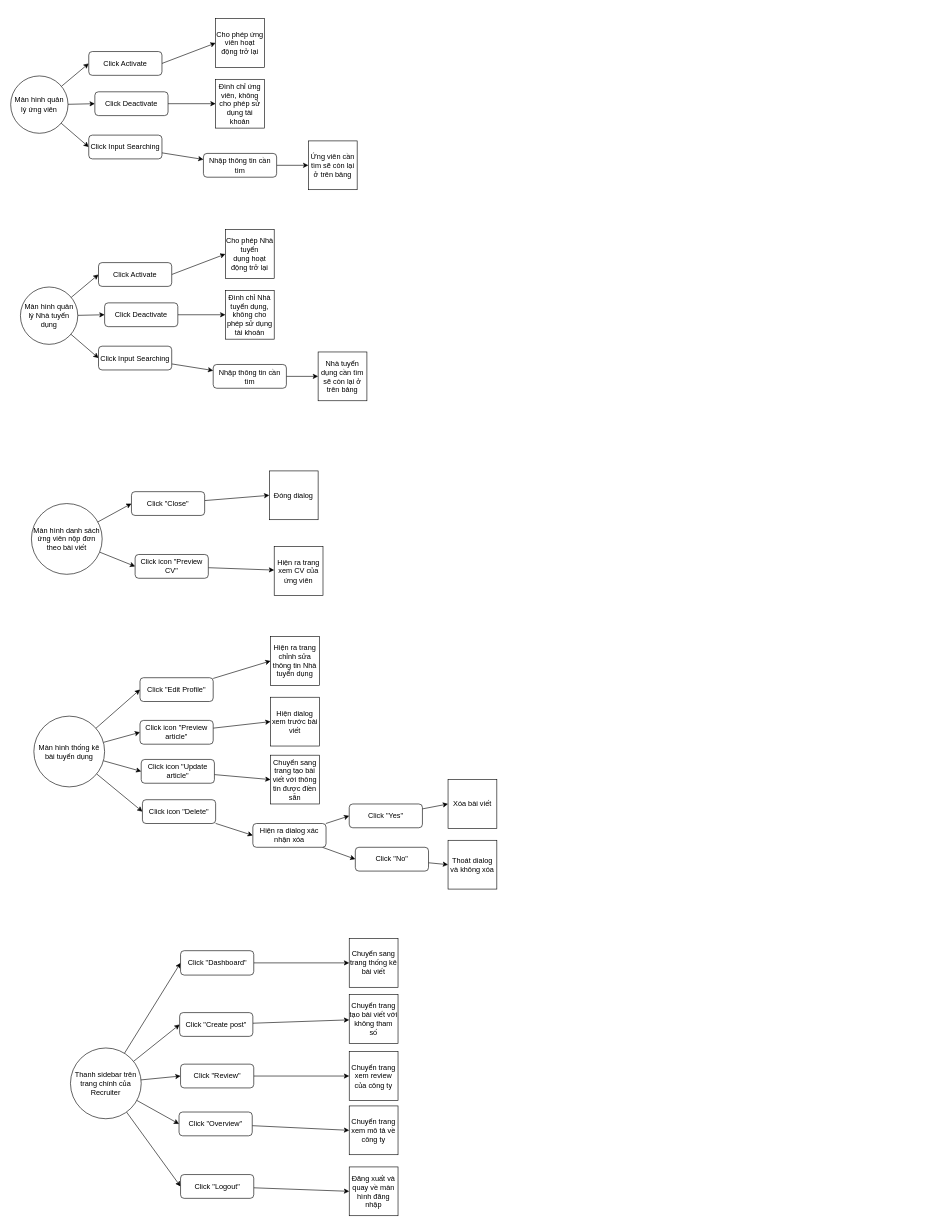
vietdqhcmute/DATN keeps this draw.io diagram as page "Bien co 1" (7 of 7) of Use case Diagram.drawio. Above is the earlier version. Source tidied: cells renumbered, new cells numbered last; positions are measured from the earlier drawing's top-left corner, leaving out a move shared by most shapes. Both pictures are drawn from the tidied source at 61%, with x=0, y=0 at pixel (10, 18).
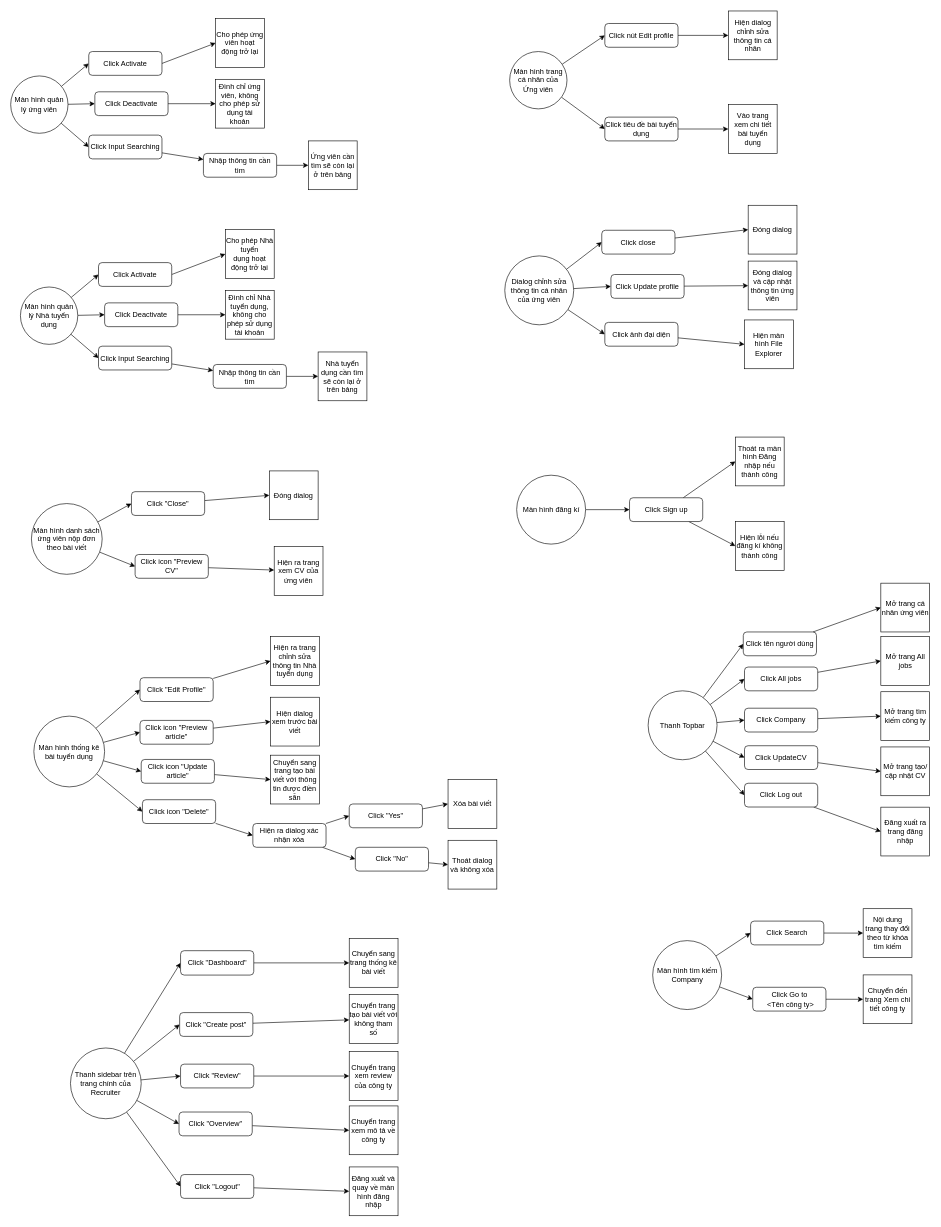
The same diagram, later.

Change to the diagram source:
```diff
@@
+    <mxCell id="87" style="rounded=0;jettySize=auto;html=1;entryX=0;entryY=0.5;entryDx=0;entryDy=0;" parent="1" edge="1" source="89" target="91">
+      <mxGeometry relative="1" as="geometry" />
+    </mxCell>
+    <mxCell id="88" style="edgeStyle=none;rounded=0;jettySize=auto;html=1;entryX=0;entryY=0.5;entryDx=0;entryDy=0;" parent="1" edge="1" source="89" target="94">
+      <mxGeometry relative="1" as="geometry" />
+    </mxCell>
+    <mxCell id="89" value="&lt;span id=&quot;docs-internal-guid-afbe5b7c-7fff-d318-0fb9-7b630c133511&quot;&gt;&lt;span&gt;Màn hình trang cá nhân của Ứng viên&lt;/span&gt;&lt;/span&gt;" style="ellipse;whiteSpace=wrap;html=1;" parent="1" vertex="1">
+      <mxGeometry x="818" y="54" width="94" height="94" as="geometry" />
+    </mxCell>
+    <mxCell id="90" style="edgeStyle=none;rounded=0;jettySize=auto;html=1;entryX=0;entryY=0.5;entryDx=0;entryDy=0;" parent="1" edge="1" source="91" target="92">
+      <mxGeometry relative="1" as="geometry" />
+    </mxCell>
+    <mxCell id="91" value="Click nút Edit profile" style="rounded=1;whiteSpace=wrap;html=1;" parent="1" vertex="1">
+      <mxGeometry x="974" y="8" width="120" height="39" as="geometry" />
+    </mxCell>
+    <mxCell id="92" value="Hiện dialog chỉnh sửa thông tin cá nhân" style="whiteSpace=wrap;html=1;" parent="1" vertex="1">
+      <mxGeometry x="1176.5" y="-12.5" width="80" height="80" as="geometry" />
+    </mxCell>
+    <mxCell id="93" style="edgeStyle=none;rounded=0;jettySize=auto;html=1;entryX=0;entryY=0.5;entryDx=0;entryDy=0;" parent="1" edge="1" source="94" target="95">
+      <mxGeometry relative="1" as="geometry" />
+    </mxCell>
+    <mxCell id="94" value="Click tiêu đề bài tuyển dụng" style="rounded=1;whiteSpace=wrap;html=1;" parent="1" vertex="1">
+      <mxGeometry x="974" y="161.5" width="120" height="39" as="geometry" />
+    </mxCell>
+    <mxCell id="95" value="Vào trang xem chi tiết bài tuyển dụng" style="whiteSpace=wrap;html=1;" parent="1" vertex="1">
+      <mxGeometry x="1176.5" y="141" width="80" height="80" as="geometry" />
+    </mxCell>
+    <mxCell id="96" style="edgeStyle=none;rounded=0;jettySize=auto;html=1;entryX=0;entryY=0.5;entryDx=0;entryDy=0;" parent="1" edge="1" source="99" target="101">
+      <mxGeometry relative="1" as="geometry" />
+    </mxCell>
+    <mxCell id="97" style="edgeStyle=none;rounded=0;jettySize=auto;html=1;entryX=0;entryY=0.5;entryDx=0;entryDy=0;" parent="1" edge="1" source="99" target="103">
+      <mxGeometry relative="1" as="geometry" />
+    </mxCell>
+    <mxCell id="98" style="edgeStyle=none;rounded=0;jettySize=auto;html=1;entryX=0;entryY=0.5;entryDx=0;entryDy=0;" parent="1" edge="1" source="99" target="105">
+      <mxGeometry relative="1" as="geometry" />
+    </mxCell>
+    <mxCell id="99" value="&lt;span id=&quot;docs-internal-guid-afbe5b7c-7fff-d318-0fb9-7b630c133511&quot;&gt;&lt;span&gt;Dialog chỉnh sửa thông tin cá nhân của ứng viên&lt;/span&gt;&lt;/span&gt;" style="ellipse;whiteSpace=wrap;html=1;" parent="1" vertex="1">
+      <mxGeometry x="810" y="389" width="113" height="113" as="geometry" />
+    </mxCell>
+    <mxCell id="100" style="edgeStyle=none;rounded=0;jettySize=auto;html=1;entryX=0;entryY=0.5;entryDx=0;entryDy=0;" parent="1" edge="1" source="101" target="106">
+      <mxGeometry relative="1" as="geometry" />
+    </mxCell>
+    <mxCell id="101" value="Click close" style="rounded=1;whiteSpace=wrap;html=1;" parent="1" vertex="1">
+      <mxGeometry x="969" y="347" width="120" height="39" as="geometry" />
+    </mxCell>
+    <mxCell id="102" style="edgeStyle=none;rounded=0;jettySize=auto;html=1;" parent="1" edge="1" source="103" target="107">
+      <mxGeometry relative="1" as="geometry" />
+    </mxCell>
+    <mxCell id="103" value="Click Update profile" style="rounded=1;whiteSpace=wrap;html=1;" parent="1" vertex="1">
+      <mxGeometry x="984" y="419.5" width="120" height="39" as="geometry" />
+    </mxCell>
+    <mxCell id="104" style="edgeStyle=none;rounded=0;jettySize=auto;html=1;entryX=0;entryY=0.5;entryDx=0;entryDy=0;" parent="1" edge="1" source="105" target="108">
+      <mxGeometry relative="1" as="geometry" />
+    </mxCell>
+    <mxCell id="105" value="Click ảnh đại diện" style="rounded=1;whiteSpace=wrap;html=1;" parent="1" vertex="1">
+      <mxGeometry x="974" y="498" width="120" height="39" as="geometry" />
+    </mxCell>
+    <mxCell id="106" value="Đóng dialog" style="whiteSpace=wrap;html=1;" parent="1" vertex="1">
+      <mxGeometry x="1209" y="306" width="80" height="80" as="geometry" />
+    </mxCell>
+    <mxCell id="107" value="Đóng dialog và cập nhật thông tin ứng viên" style="whiteSpace=wrap;html=1;" parent="1" vertex="1">
+      <mxGeometry x="1209" y="397.5" width="80" height="80" as="geometry" />
+    </mxCell>
+    <mxCell id="108" value="Hiện màn hình File Explorer" style="whiteSpace=wrap;html=1;" parent="1" vertex="1">
+      <mxGeometry x="1203" y="494" width="80" height="80" as="geometry" />
+    </mxCell>
+    <mxCell id="109" style="edgeStyle=none;rounded=0;jettySize=auto;html=1;entryX=0;entryY=0.5;entryDx=0;entryDy=0;" parent="1" edge="1" source="110" target="113">
+      <mxGeometry relative="1" as="geometry" />
+    </mxCell>
+    <mxCell id="110" value="&lt;span id=&quot;docs-internal-guid-afbe5b7c-7fff-d318-0fb9-7b630c133511&quot;&gt;&lt;span&gt;Màn hình đăng kí&lt;/span&gt;&lt;/span&gt;" style="ellipse;whiteSpace=wrap;html=1;" parent="1" vertex="1">
+      <mxGeometry x="829.5" y="748.5" width="113" height="113" as="geometry" />
+    </mxCell>
+    <mxCell id="111" style="edgeStyle=none;rounded=0;jettySize=auto;html=1;entryX=0;entryY=0.5;entryDx=0;entryDy=0;" parent="1" edge="1" source="113" target="114">
+      <mxGeometry relative="1" as="geometry" />
+    </mxCell>
+    <mxCell id="112" style="edgeStyle=none;rounded=0;jettySize=auto;html=1;entryX=0;entryY=0.5;entryDx=0;entryDy=0;" parent="1" edge="1" source="113" target="115">
+      <mxGeometry relative="1" as="geometry" />
+    </mxCell>
+    <mxCell id="113" value="Click Sign up" style="rounded=1;whiteSpace=wrap;html=1;" parent="1" vertex="1">
+      <mxGeometry x="1014.5" y="785.5" width="120" height="39" as="geometry" />
+    </mxCell>
+    <mxCell id="114" value="Thoát ra màn hình Đăng nhập nếu thành công" style="whiteSpace=wrap;html=1;" parent="1" vertex="1">
+      <mxGeometry x="1188" y="686" width="80" height="80" as="geometry" />
+    </mxCell>
+    <mxCell id="115" value="Hiện lỗi nếu đăng kí không thành công" style="whiteSpace=wrap;html=1;" parent="1" vertex="1">
+      <mxGeometry x="1188" y="824.5" width="80" height="80" as="geometry" />
+    </mxCell>
+    <mxCell id="116" style="edgeStyle=none;rounded=0;jettySize=auto;html=1;entryX=0;entryY=0.5;entryDx=0;entryDy=0;" parent="1" edge="1" source="121" target="131">
+      <mxGeometry relative="1" as="geometry" />
+    </mxCell>
+    <mxCell id="117" style="edgeStyle=none;rounded=0;jettySize=auto;html=1;entryX=0;entryY=0.5;entryDx=0;entryDy=0;" parent="1" edge="1" source="121" target="127">
+      <mxGeometry relative="1" as="geometry" />
+    </mxCell>
+    <mxCell id="118" style="edgeStyle=none;rounded=0;jettySize=auto;html=1;entryX=0;entryY=0.5;entryDx=0;entryDy=0;" parent="1" edge="1" source="121" target="123">
+      <mxGeometry relative="1" as="geometry" />
+    </mxCell>
+    <mxCell id="119" style="edgeStyle=none;rounded=0;jettySize=auto;html=1;entryX=0;entryY=0.5;entryDx=0;entryDy=0;" parent="1" edge="1" source="121" target="125">
+      <mxGeometry relative="1" as="geometry" />
+    </mxCell>
+    <mxCell id="120" style="edgeStyle=none;rounded=0;jettySize=auto;html=1;entryX=0;entryY=0.5;entryDx=0;entryDy=0;" parent="1" edge="1" source="121" target="129">
+      <mxGeometry relative="1" as="geometry" />
+    </mxCell>
+    <mxCell id="121" value="&lt;span id=&quot;docs-internal-guid-afbe5b7c-7fff-d318-0fb9-7b630c133511&quot;&gt;&lt;span&gt;Thanh Topbar&lt;/span&gt;&lt;/span&gt;" style="ellipse;whiteSpace=wrap;html=1;" parent="1" vertex="1">
+      <mxGeometry x="1045" y="1102" width="113" height="113" as="geometry" />
+    </mxCell>
+    <mxCell id="122" style="edgeStyle=none;rounded=0;jettySize=auto;html=1;entryX=0;entryY=0.5;entryDx=0;entryDy=0;" parent="1" edge="1" source="123" target="134">
+      <mxGeometry relative="1" as="geometry" />
+    </mxCell>
+    <mxCell id="123" value="Click Company" style="rounded=1;whiteSpace=wrap;html=1;" parent="1" vertex="1">
+      <mxGeometry x="1203" y="1130.5" width="120" height="39" as="geometry" />
+    </mxCell>
+    <mxCell id="124" style="edgeStyle=none;rounded=0;jettySize=auto;html=1;entryX=0;entryY=0.5;entryDx=0;entryDy=0;" parent="1" edge="1" source="125" target="135">
+      <mxGeometry relative="1" as="geometry" />
+    </mxCell>
+    <mxCell id="125" value="Click UpdateCV" style="rounded=1;whiteSpace=wrap;html=1;" parent="1" vertex="1">
+      <mxGeometry x="1203" y="1192" width="120" height="39" as="geometry" />
+    </mxCell>
+    <mxCell id="126" style="edgeStyle=none;rounded=0;jettySize=auto;html=1;entryX=0;entryY=0.5;entryDx=0;entryDy=0;" parent="1" edge="1" source="127" target="133">
+      <mxGeometry relative="1" as="geometry" />
+    </mxCell>
+    <mxCell id="127" value="Click All jobs&lt;br&gt;" style="rounded=1;whiteSpace=wrap;html=1;" parent="1" vertex="1">
+      <mxGeometry x="1203" y="1063" width="120" height="39" as="geometry" />
+    </mxCell>
+    <mxCell id="128" style="edgeStyle=none;rounded=0;jettySize=auto;html=1;entryX=0;entryY=0.5;entryDx=0;entryDy=0;" parent="1" edge="1" source="129" target="136">
+      <mxGeometry relative="1" as="geometry" />
+    </mxCell>
+    <mxCell id="129" value="Click Log out" style="rounded=1;whiteSpace=wrap;html=1;" parent="1" vertex="1">
+      <mxGeometry x="1203" y="1253.5" width="120" height="39" as="geometry" />
+    </mxCell>
+    <mxCell id="130" style="edgeStyle=none;rounded=0;jettySize=auto;html=1;entryX=0;entryY=0.5;entryDx=0;entryDy=0;" parent="1" edge="1" source="131" target="132">
+      <mxGeometry relative="1" as="geometry" />
+    </mxCell>
+    <mxCell id="131" value="Click tên người dùng" style="rounded=1;whiteSpace=wrap;html=1;" parent="1" vertex="1">
+      <mxGeometry x="1201" y="1005.5" width="120" height="39" as="geometry" />
+    </mxCell>
+    <mxCell id="132" value="Mở trang cá nhân ứng viên" style="whiteSpace=wrap;html=1;" parent="1" vertex="1">
+      <mxGeometry x="1426.5" y="925.5" width="80" height="80" as="geometry" />
+    </mxCell>
+    <mxCell id="133" value="Mở trang All jobs" style="whiteSpace=wrap;html=1;" parent="1" vertex="1">
+      <mxGeometry x="1426.5" y="1013" width="80" height="80" as="geometry" />
+    </mxCell>
+    <mxCell id="134" value="Mở trang tìm kiếm công ty" style="whiteSpace=wrap;html=1;" parent="1" vertex="1">
+      <mxGeometry x="1426.5" y="1103.5" width="80" height="80" as="geometry" />
+    </mxCell>
+    <mxCell id="135" value="Mở trang tạo/ cập nhật CV" style="whiteSpace=wrap;html=1;" parent="1" vertex="1">
+      <mxGeometry x="1426.5" y="1194" width="80" height="80" as="geometry" />
+    </mxCell>
+    <mxCell id="136" value="Đăng xuất ra trang đăng nhập" style="whiteSpace=wrap;html=1;" parent="1" vertex="1">
+      <mxGeometry x="1426.5" y="1292.7" width="80" height="80" as="geometry" />
+    </mxCell>
+    <mxCell id="137" style="edgeStyle=none;rounded=0;jettySize=auto;html=1;entryX=0;entryY=0.5;entryDx=0;entryDy=0;" parent="1" edge="1" source="139" target="141">
+      <mxGeometry relative="1" as="geometry" />
+    </mxCell>
+    <mxCell id="138" style="edgeStyle=none;rounded=0;jettySize=auto;html=1;entryX=0;entryY=0.5;entryDx=0;entryDy=0;" parent="1" edge="1" source="139" target="143">
+      <mxGeometry relative="1" as="geometry" />
+    </mxCell>
+    <mxCell id="139" value="Màn hình tìm kiếm Company" style="ellipse;whiteSpace=wrap;html=1;" parent="1" vertex="1">
+      <mxGeometry x="1052.5" y="1511.5" width="113" height="113" as="geometry" />
+    </mxCell>
+    <mxCell id="140" style="edgeStyle=none;rounded=0;jettySize=auto;html=1;entryX=0;entryY=0.5;entryDx=0;entryDy=0;" parent="1" edge="1" source="141" target="144">
+      <mxGeometry relative="1" as="geometry" />
+    </mxCell>
+    <mxCell id="141" value="Click Search" style="rounded=1;whiteSpace=wrap;html=1;" parent="1" vertex="1">
+      <mxGeometry x="1213" y="1479.5" width="120" height="39" as="geometry" />
+    </mxCell>
+    <mxCell id="142" style="edgeStyle=none;rounded=0;jettySize=auto;html=1;entryX=0;entryY=0.5;entryDx=0;entryDy=0;" parent="1" edge="1" source="143" target="145">
+      <mxGeometry relative="1" as="geometry" />
+    </mxCell>
+    <mxCell id="143" value="Click Go to&lt;br&gt;&amp;nbsp;&amp;lt;Tên công ty&amp;gt;" style="rounded=1;whiteSpace=wrap;html=1;" parent="1" vertex="1">
+      <mxGeometry x="1216.5" y="1588" width="120" height="39" as="geometry" />
+    </mxCell>
+    <mxCell id="144" value="Nội dung trang thay đổi theo từ khóa tìm kiếm" style="whiteSpace=wrap;html=1;" parent="1" vertex="1">
+      <mxGeometry x="1397.5" y="1459.2" width="80" height="80" as="geometry" />
+    </mxCell>
+    <mxCell id="145" value="Chuyển đến trang Xem chi tiết công ty" style="whiteSpace=wrap;html=1;" parent="1" vertex="1">
+      <mxGeometry x="1397.5" y="1567.7" width="80" height="80" as="geometry" />
+    </mxCell>
```
